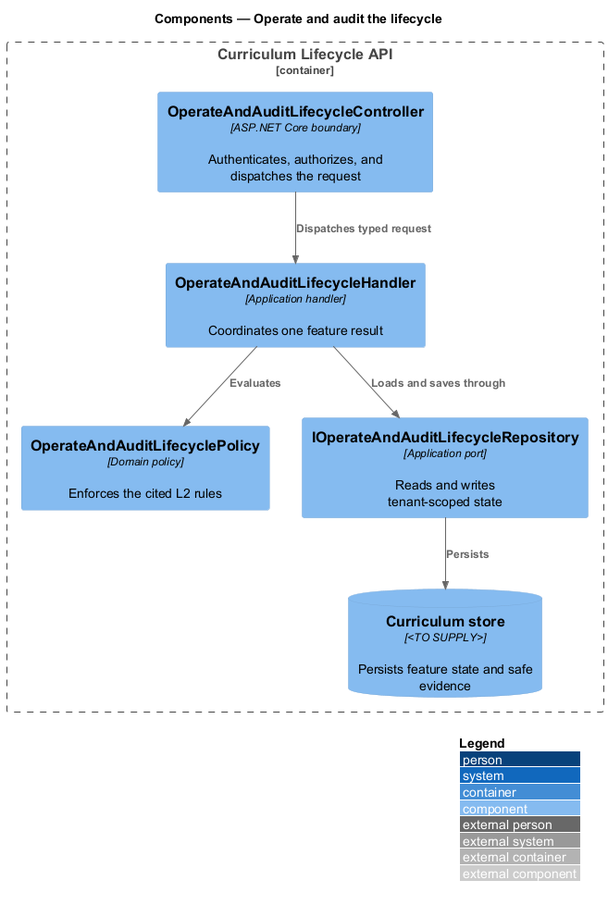
Before: docs/detailed-designs/04-curriculum-lifecycle/operate-and-audit-lifecycle/diagrams/c4-component.png, a diagram exported from PlantUML (QuinntyneBrown/RepoFluent).
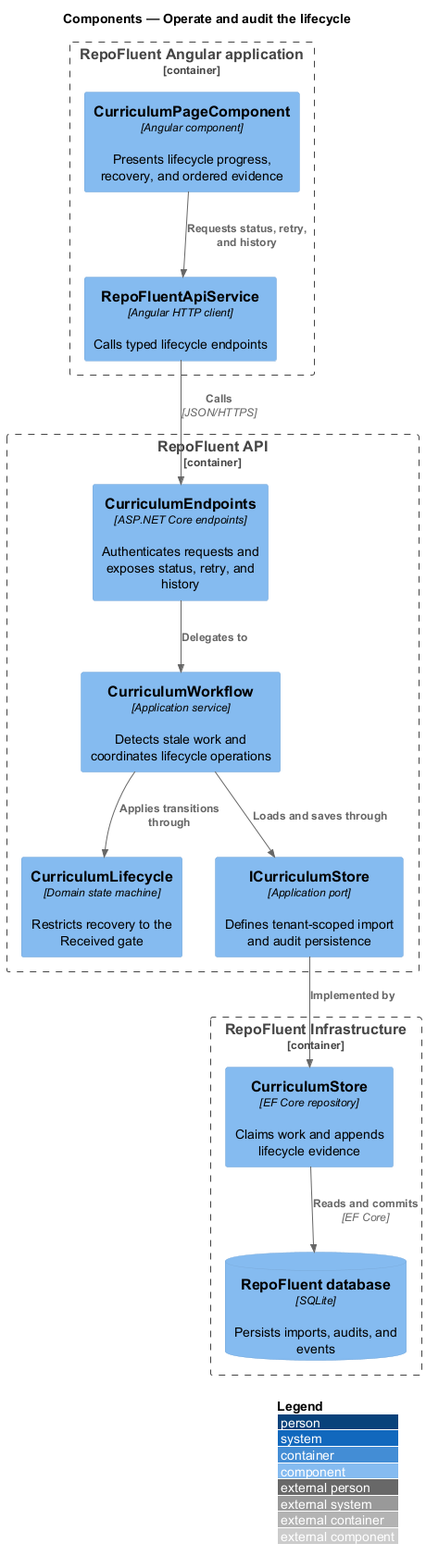
The same file after the commit.

Change to the diagram source:
```diff
@@ -3,16 +3,26 @@
 LAYOUT_WITH_LEGEND()
 title Components — Operate and audit the lifecycle
 
-Container_Boundary(api, "Curriculum Lifecycle API") {
-  Component(controller, "OperateAndAuditLifecycleController", "ASP.NET Core boundary", "Authenticates, authorizes, and dispatches the request")
-  Component(handler, "OperateAndAuditLifecycleHandler", "Application handler", "Coordinates one feature result")
-  Component(policy, "OperateAndAuditLifecyclePolicy", "Domain policy", "Enforces the cited L2 rules")
-  Component(repository, "IOperateAndAuditLifecycleRepository", "Application port", "Reads and writes tenant-scoped state")
-  ComponentDb(store, "Curriculum store", "<TO SUPPLY>", "Persists feature state and safe evidence")
+Container_Boundary(web, "RepoFluent Angular application") {
+  Component(page, "CurriculumPageComponent", "Angular component", "Presents lifecycle progress, recovery, and ordered evidence")
+  Component(client, "RepoFluentApiService", "Angular HTTP client", "Calls typed lifecycle endpoints")
+}
+Container_Boundary(api, "RepoFluent API") {
+  Component(endpoints, "CurriculumEndpoints", "ASP.NET Core endpoints", "Authenticates requests and exposes status, retry, and history")
+  Component(workflow, "CurriculumWorkflow", "Application service", "Detects stale work and coordinates lifecycle operations")
+  Component(lifecycle, "CurriculumLifecycle", "Domain state machine", "Restricts recovery to the Received gate")
+  Component(port, "ICurriculumStore", "Application port", "Defines tenant-scoped import and audit persistence")
+}
+Container_Boundary(infrastructure, "RepoFluent Infrastructure") {
+  Component(repository, "CurriculumStore", "EF Core repository", "Claims work and appends lifecycle evidence")
+  ComponentDb(store, "RepoFluent database", "SQLite", "Persists imports, audits, and events")
 }
 
-Rel(controller, handler, "Dispatches typed request")
-Rel(handler, policy, "Evaluates")
-Rel(handler, repository, "Loads and saves through")
-Rel(repository, store, "Persists")
+Rel(page, client, "Requests status, retry, and history")
+Rel(client, endpoints, "Calls", "JSON/HTTPS")
+Rel(endpoints, workflow, "Delegates to")
+Rel(workflow, lifecycle, "Applies transitions through")
+Rel(workflow, port, "Loads and saves through")
+Rel(port, repository, "Implemented by")
+Rel(repository, store, "Reads and commits", "EF Core")
 @enduml
```
